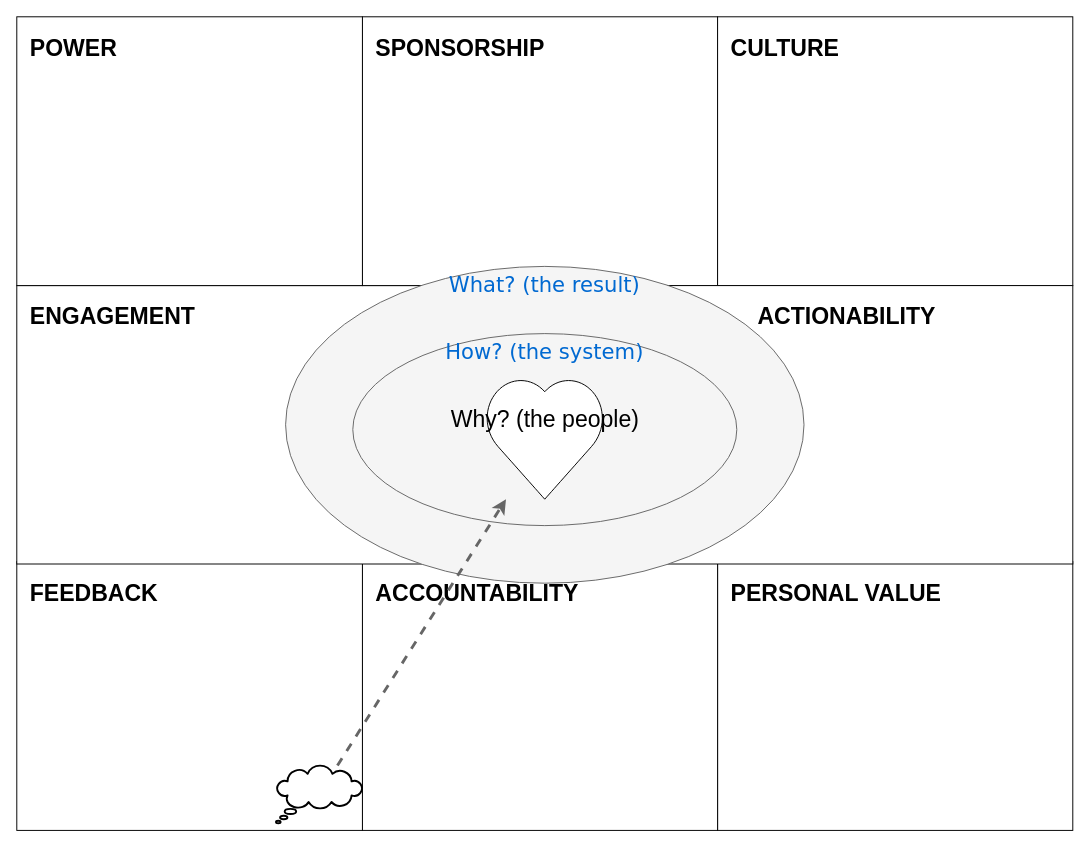
Before: collective-action-canvas.drawio in rquast/collective-action-canvas, a draw.io diagram. Source tidied: cells renumbered, new cells numbered last; positions are measured from the earlier drawing's top-left corner, leaving out a move shared by most shapes. Both pictures are drawn from the tidied source at 96%, with x=0, y=0 at pixel (16, 16).
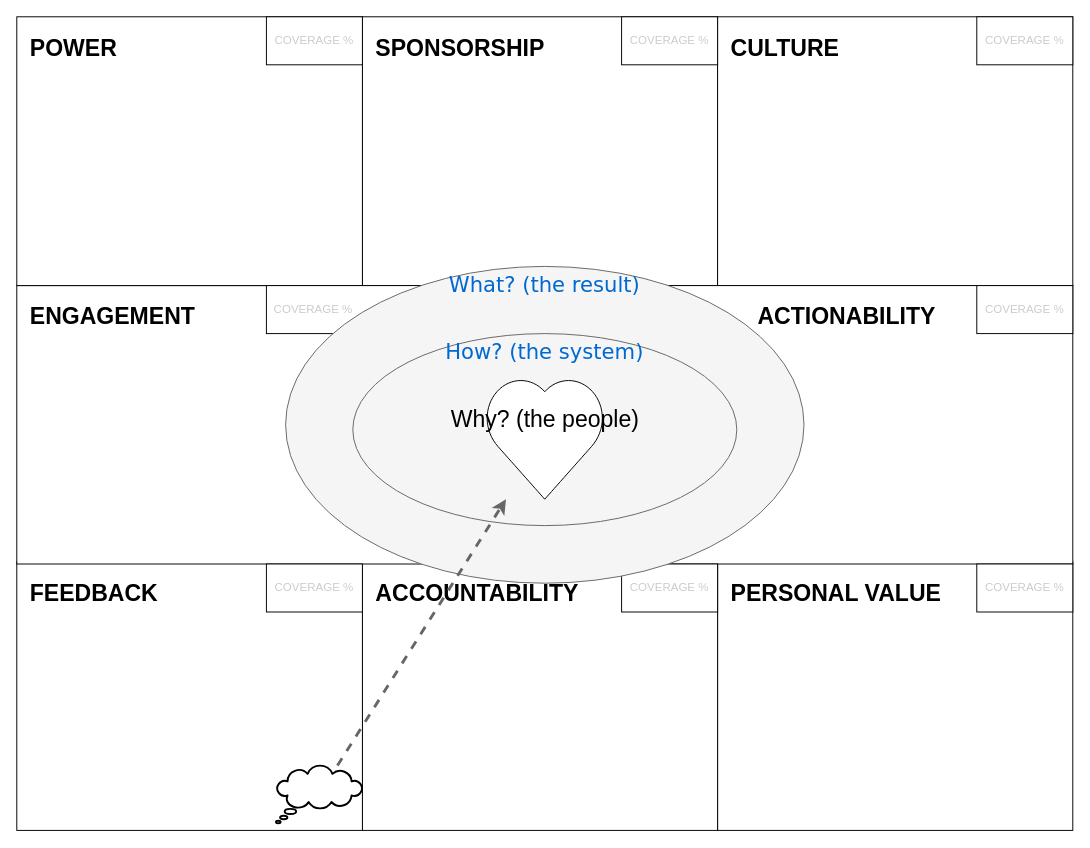
Above is the later version.

Commit message:
added coverage boxes

The edit, as a diff of the source:
```diff
@@
+    <mxCell id="12" style="whiteSpace=wrap;html=1;shape=mxgraph.basic.cloud_callout;fontSize=24;align=left;strokeWidth=2;" parent="1" vertex="1">
+      <mxGeometry x="270" y="780" width="90" height="60" as="geometry" />
+    </mxCell>
+    <mxCell id="15" value="COVERAGE %" style="rounded=0;whiteSpace=wrap;html=1;fontColor=#CCCCCC;" parent="1" vertex="1">
+      <mxGeometry x="1000" y="570" width="100" height="50" as="geometry" />
+    </mxCell>
+    <mxCell id="16" value="COVERAGE %" style="rounded=0;whiteSpace=wrap;html=1;fontColor=#CCCCCC;" parent="1" vertex="1">
+      <mxGeometry x="1000" y="280" width="100" height="50" as="geometry" />
+    </mxCell>
+    <mxCell id="17" value="COVERAGE %" style="rounded=0;whiteSpace=wrap;html=1;fontColor=#CCCCCC;" parent="1" vertex="1">
+      <mxGeometry x="1000" width="100" height="50" as="geometry" />
+    </mxCell>
+    <mxCell id="18" value="COVERAGE %" style="rounded=0;whiteSpace=wrap;html=1;fontColor=#CCCCCC;" parent="1" vertex="1">
+      <mxGeometry x="630" width="100" height="50" as="geometry" />
+    </mxCell>
+    <mxCell id="19" value="COVERAGE %" style="rounded=0;whiteSpace=wrap;html=1;fontColor=#CCCCCC;" parent="1" vertex="1">
+      <mxGeometry x="260" width="100" height="50" as="geometry" />
+    </mxCell>
+    <mxCell id="20" value="COVERAGE %" style="rounded=0;whiteSpace=wrap;html=1;fontColor=#CCCCCC;align=left;spacingLeft=6;" parent="1" vertex="1">
+      <mxGeometry x="260" y="280" width="180" height="50" as="geometry" />
+    </mxCell>
+    <mxCell id="21" value="COVERAGE %" style="rounded=0;whiteSpace=wrap;html=1;fontColor=#CCCCCC;" parent="1" vertex="1">
+      <mxGeometry x="630" y="570" width="100" height="50" as="geometry" />
+    </mxCell>
+    <mxCell id="22" value="COVERAGE %" style="rounded=0;whiteSpace=wrap;html=1;fontColor=#CCCCCC;" parent="1" vertex="1">
+      <mxGeometry x="260" y="570" width="100" height="50" as="geometry" />
+    </mxCell>
@@
-    <mxCell id="12" style="whiteSpace=wrap;html=1;shape=mxgraph.basic.cloud_callout;fontSize=24;align=left;strokeWidth=2;" parent="1" vertex="1">
-      <mxGeometry x="270" y="780" width="90" height="60" as="geometry" />
-    </mxCell>
```
